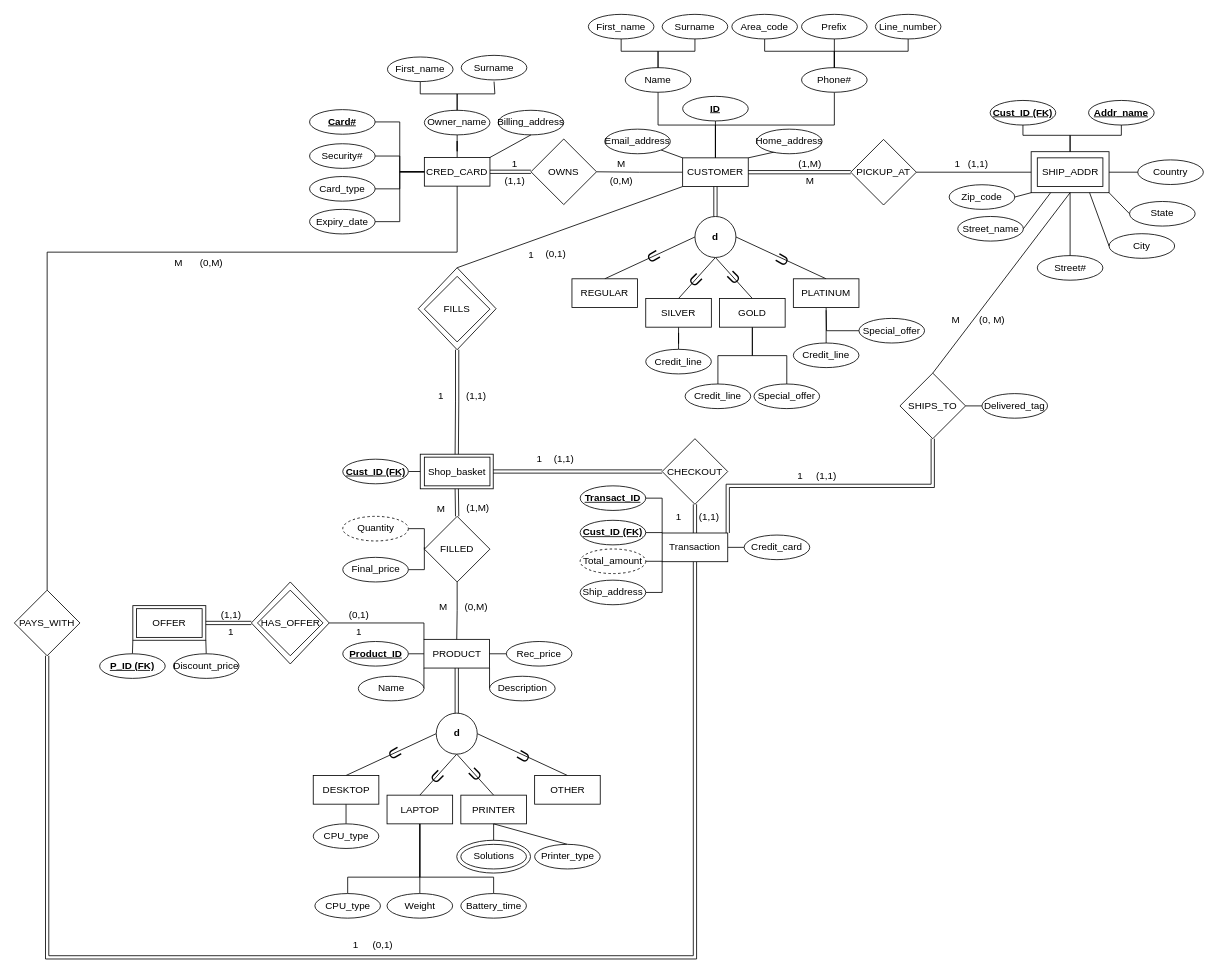
Above: Project-Deliverable-1.drawio in RyBres/Database-Project (draw.io), before the change. Source tidied: cells renumbered, new cells numbered last; positions are measured from the earlier drawing's top-left corner, leaving out a move shared by most shapes. Both pictures are drawn from the tidied source at 82%, with x=0, y=0 at pixel (14, 14).
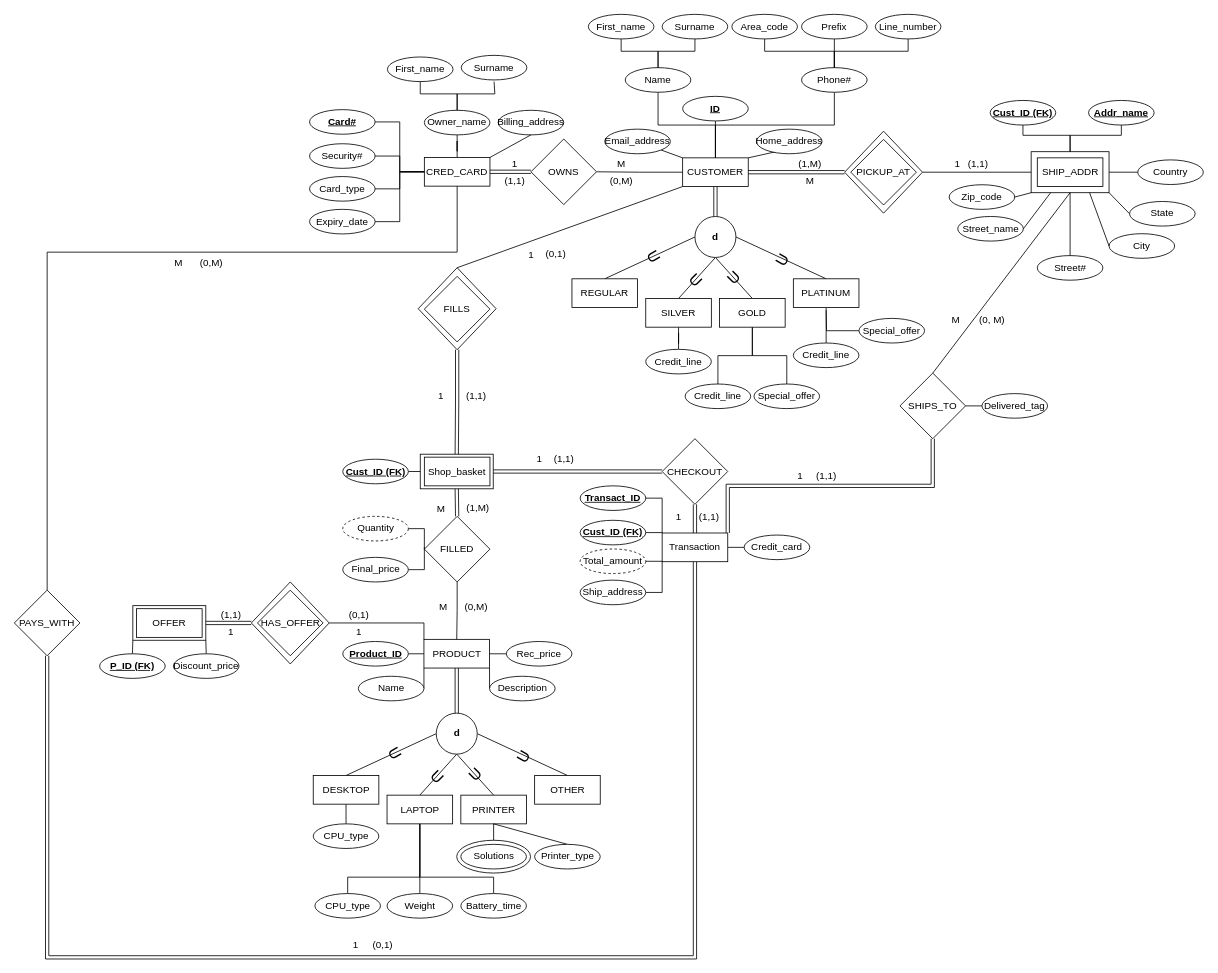
The same page after the edit.

Commit message:
Make PICKUP_AT relationship identifying.

Unchanged cells that the change refers to:
```xml
<mxCell id="8" style="rounded=0;whiteSpace=wrap;html=1;" parent="7" vertex="1">
  <mxGeometry width="95" height="50" as="geometry" />
</mxCell>
<mxCell id="52" value="CUSTOMER" style="rounded=0;whiteSpace=wrap;html=1;" parent="45" vertex="1">
  <mxGeometry x="145" y="175" width="80" height="35" as="geometry" />
</mxCell>
<mxCell id="73" value="PICKUP_AT" style="rhombus;whiteSpace=wrap;html=1;" parent="45" vertex="1">
  <mxGeometry x="350" y="152.5" width="80" height="80" as="geometry" />
</mxCell>
```

The edit, as a diff of the source:
```diff
@@
     <mxCell id="45" style="group;" parent="1" vertex="1">
-      <mxGeometry x="670" width="460" height="232.5" as="geometry" />
+      <mxGeometry x="670" width="460" height="242.5" as="geometry" />
     </mxCell>
+    <mxCell id="212" style="rhombus;whiteSpace=wrap;html=1;" parent="45" vertex="1">
+      <mxGeometry x="342.5" y="142.5" width="95" height="100" as="geometry" />
+    </mxCell>
@@
-    <mxCell id="72" style="edgeStyle=orthogonalEdgeStyle;rounded=0;jettySize=auto;html=1;exitX=0;exitY=0.5;exitDx=0;exitDy=0;entryX=1;entryY=0.5;entryDx=0;entryDy=0;endArrow=none;startFill=0;shape=link;" parent="45" edge="1" source="73" target="52">
+    <mxCell id="72" style="edgeStyle=orthogonalEdgeStyle;rounded=0;jettySize=auto;html=1;entryX=1;entryY=0.5;entryDx=0;entryDy=0;endArrow=none;startFill=0;shape=link;exitX=0;exitY=0.5;exitDx=0;exitDy=0;" parent="45" edge="1" source="212" target="52">
       <mxGeometry relative="1" as="geometry" />
     </mxCell>
@@
-    <mxCell id="99" style="edgeStyle=orthogonalEdgeStyle;rounded=0;jettySize=auto;html=1;exitX=1;exitY=0.5;exitDx=0;exitDy=0;entryX=0;entryY=0.5;entryDx=0;entryDy=0;endArrow=none;startFill=0;" parent="1" edge="1" source="73" target="8">
+    <mxCell id="99" style="edgeStyle=orthogonalEdgeStyle;rounded=0;jettySize=auto;html=1;entryX=0;entryY=0.5;entryDx=0;entryDy=0;endArrow=none;startFill=0;exitX=1;exitY=0.5;exitDx=0;exitDy=0;" parent="1" edge="1" source="212" target="8">
       <mxGeometry relative="1" as="geometry" />
     </mxCell>
```
